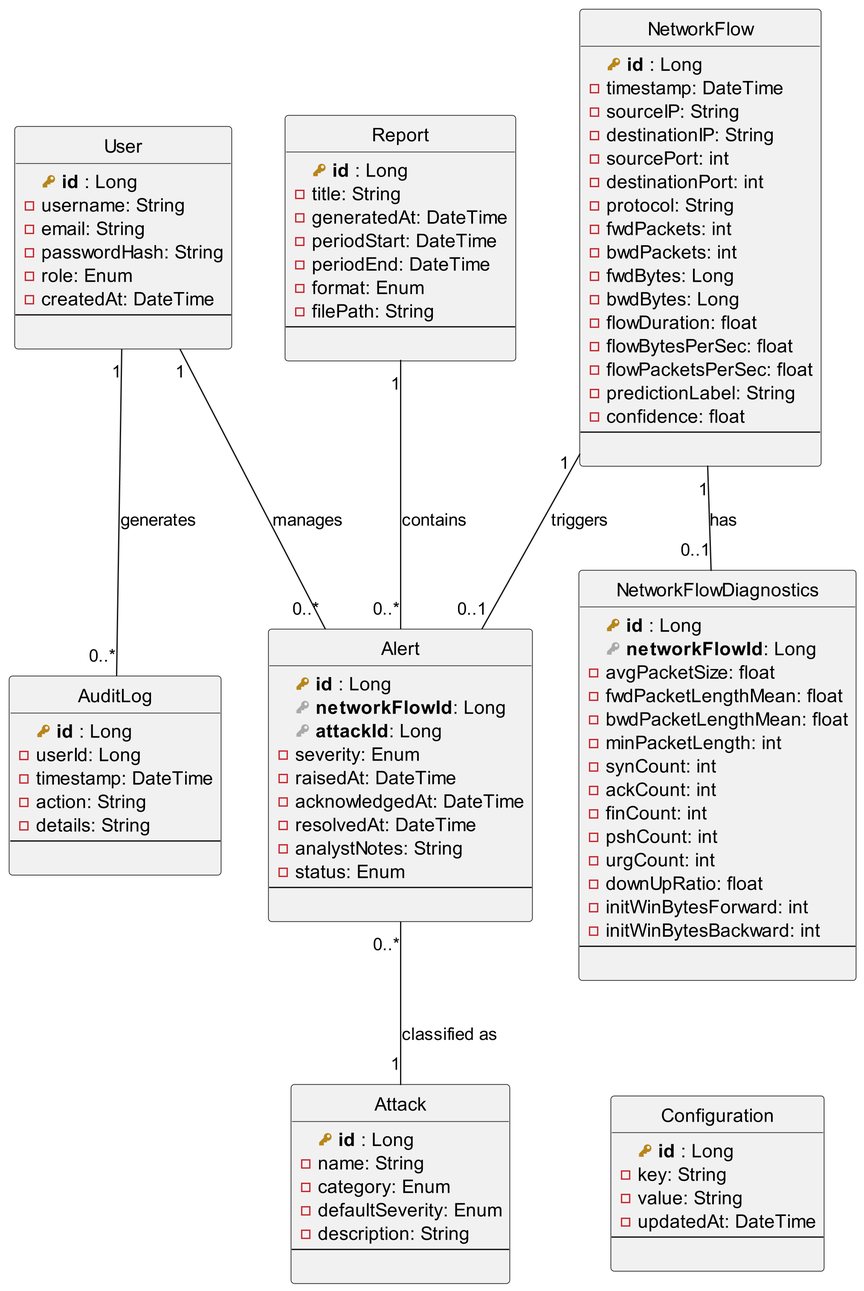
Before: out/diagrams/code/db-diagram-2/db-schema-vers2.png, a diagram exported from PlantUML (Amira-BOUAFIF/pfe-nids-report). Its diagram source:
```plantuml
@startuml db-schema-vers2
skinparam dpi 300
hide circle

!define primary_key(x)<b><color:#b8861b><&key></color> x</b>
!define foreign_key(x)<b><color:#aaaaaa><&key></color> x</b>


class User {
    primary_key(id) : Long
    - username: String
    - email: String
    - passwordHash: String
    - role: Enum
    - createdAt: DateTime
    --

}

class Alert {
    primary_key(id) : Long
    foreign_key(networkFlowId): Long
    foreign_key(attackId): Long
    - severity: Enum
    - raisedAt: DateTime
    - acknowledgedAt: DateTime
    - resolvedAt: DateTime
    - analystNotes: String
    - status: Enum
    --

}

class Attack {
    primary_key(id) : Long
    - name: String
    - category: Enum
    - defaultSeverity: Enum
    - description: String
    --

}

class NetworkFlow {
    primary_key(id) : Long
    - timestamp: DateTime
    - sourceIP: String
    - destinationIP: String
    - sourcePort: int
    - destinationPort: int
    - protocol: String
    - fwdPackets: int
    - bwdPackets: int
    - fwdBytes: Long
    - bwdBytes: Long
    - flowDuration: float
    - flowBytesPerSec: float
    - flowPacketsPerSec: float
    - predictionLabel: String
    - confidence: float
    --

}

class NetworkFlowDiagnostics{
    primary_key(id) : Long
    foreign_key(networkFlowId): Long
    - avgPacketSize: float
    - fwdPacketLengthMean: float
    - bwdPacketLengthMean: float
    - minPacketLength: int
    - synCount: int
    - ackCount: int
    - finCount: int
    - pshCount: int
    - urgCount: int
    - downUpRatio: float
    - initWinBytesForward: int
    - initWinBytesBackward: int
    --

}

class AuditLog {
    primary_key(id) : Long
    - userId: Long
    - timestamp: DateTime
    - action: String
    - details: String
    --

}

class Report {
    primary_key(id) : Long
    - title: String
    - generatedAt: DateTime
    - periodStart: DateTime
    - periodEnd: DateTime
    - format: Enum
    - filePath: String
    --

}

class Configuration {
    primary_key(id) : Long
    - key: String
    - value: String
    - updatedAt: DateTime
    --

}


NetworkFlow "1"   --  "0..1"  Alert      : triggers

NetworkFlow "1"   --  "0..1"  NetworkFlowDiagnostics : has

Alert          "0..*"   --  "1"     Attack : classified as

User           "1"   --  "0..*"  Alert      : manages

User           "1"   --  "0..*"  AuditLog   : generates

Report         "1"   --  "0..*"  Alert      : contains

NetworkFlowDiagnostics -[hidden]- Configuration
@enduml
```
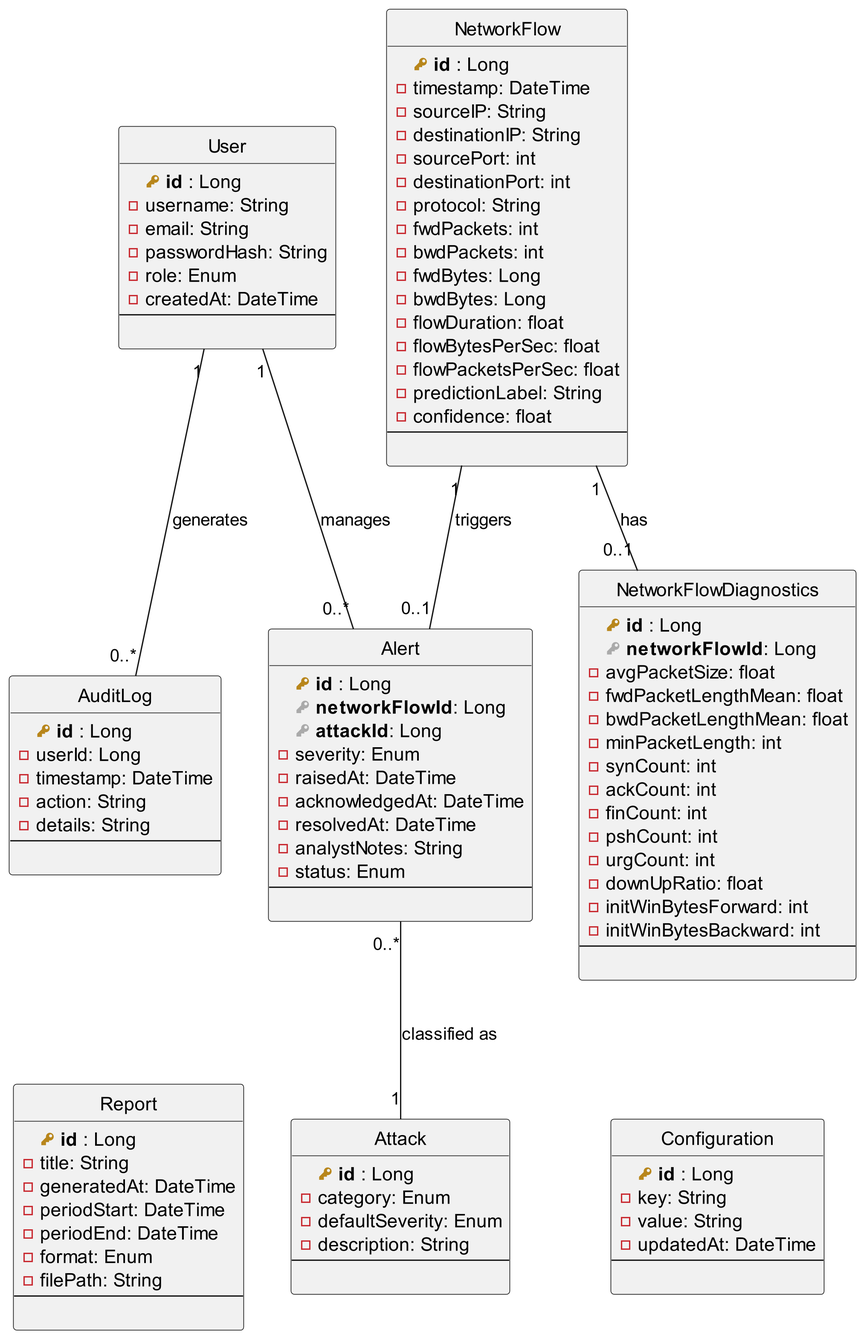
Above is the later version.

Change to the diagram source:
```diff
@@ -33,7 +33,6 @@
 
 class Attack {
     primary_key(id) : Long
-    - name: String
     - category: Enum
     - defaultSeverity: Enum
     - description: String
@@ -123,7 +122,7 @@
 
 User           "1"   --  "0..*"  AuditLog   : generates
 
-Report         "1"   --  "0..*"  Alert      : contains
+Report           -[hidden]right-   Attack
 
 NetworkFlowDiagnostics -[hidden]- Configuration
 @enduml
```
